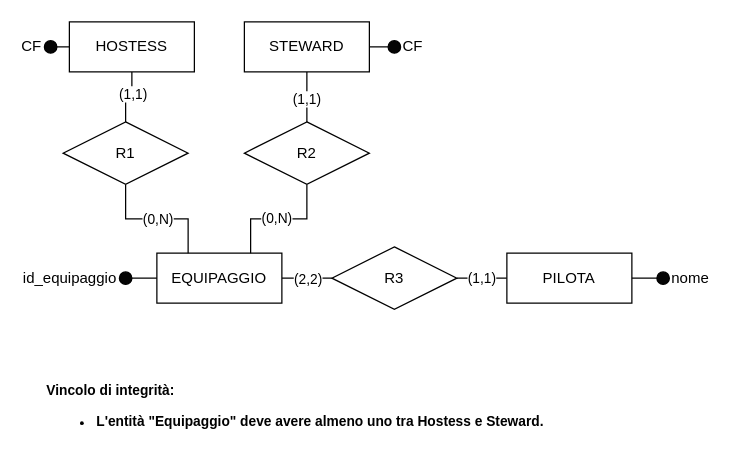
This is page "reiterazione_assistente" (2 of 6) of schemi/SchemaER.drawio from thomasmassarutto/Voli_Aeroporto, a draw.io file, before an edit. Source tidied: cells renumbered, new cells numbered last; positions are measured from the earlier drawing's top-left corner, leaving out a move shared by most shapes. Both pictures are drawn from the tidied source at 125%, with x=0, y=0 at pixel (44, 21).
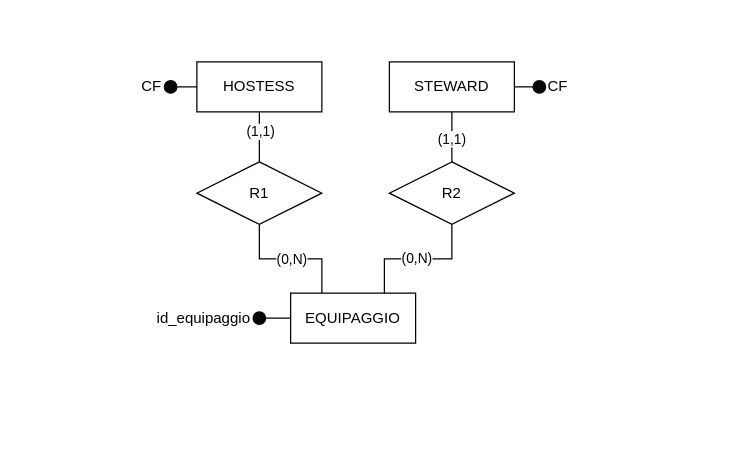
The same page after the edit.

The edit, as a diff of the source:
```diff
@@
     <mxCell id="6" value="STEWARD" style="whiteSpace=wrap;html=1;align=center;" parent="1" vertex="1">
-      <mxGeometry x="160" width="100" height="40" as="geometry" />
+      <mxGeometry x="276" y="32" width="100" height="40" as="geometry" />
     </mxCell>
-    <mxCell id="7" style="edgeStyle=orthogonalEdgeStyle;rounded=0;jettySize=auto;html=1;exitX=1;exitY=0.5;exitDx=0;exitDy=0;entryX=0;entryY=0.5;entryDx=0;entryDy=0;endArrow=none;endFill=0;" parent="1" edge="1" source="9" target="23">
-      <mxGeometry relative="1" as="geometry" />
-    </mxCell>
-    <mxCell id="8" value="(2,2)" style="edgeLabel;html=1;align=center;verticalAlign=middle;fontSize=11;fontFamily=Helvetica;fontColor=default;" parent="7" vertex="1">
-      <mxGeometry x="-0.01" y="-1" relative="1" as="geometry">
-        <mxPoint y="-1" as="offset" />
-      </mxGeometry>
-    </mxCell>
     <mxCell id="9" value="EQUIPAGGIO" style="whiteSpace=wrap;html=1;align=center;" parent="1" vertex="1">
-      <mxGeometry x="90" y="185" width="100" height="40" as="geometry" />
+      <mxGeometry x="197" y="217" width="100" height="40" as="geometry" />
     </mxCell>
@@
     <mxCell id="12" value="R1" style="shape=rhombus;perimeter=rhombusPerimeter;whiteSpace=wrap;html=1;align=center;" parent="1" vertex="1">
-      <mxGeometry x="15" y="80" width="100" height="50" as="geometry" />
+      <mxGeometry x="122" y="112" width="100" height="50" as="geometry" />
     </mxCell>
@@
     <mxCell id="15" value="R2" style="shape=rhombus;perimeter=rhombusPerimeter;whiteSpace=wrap;html=1;align=center;" parent="1" vertex="1">
-      <mxGeometry x="160" y="80" width="100" height="50" as="geometry" />
+      <mxGeometry x="276" y="112" width="100" height="50" as="geometry" />
     </mxCell>
@@
     <mxCell id="17" value="CF" style="ellipse;whiteSpace=wrap;html=1;align=left;fontStyle=0;verticalAlign=middle;horizontal=1;labelPosition=right;verticalLabelPosition=middle;labelBackgroundColor=none;fillStyle=auto;fillColor=#050505;" parent="1" vertex="1">
-      <mxGeometry x="275" y="15" width="10" height="10" as="geometry" />
+      <mxGeometry x="391" y="47" width="10" height="10" as="geometry" />
     </mxCell>
@@
     <mxCell id="19" value="CF" style="ellipse;whiteSpace=wrap;html=1;align=right;fontStyle=0;verticalAlign=middle;horizontal=1;labelPosition=left;verticalLabelPosition=middle;labelBackgroundColor=none;fillStyle=auto;fillColor=#050505;" parent="1" vertex="1">
-      <mxGeometry y="15" width="10" height="10" as="geometry" />
+      <mxGeometry x="96" y="47" width="10" height="10" as="geometry" />
     </mxCell>
-    <mxCell id="20" style="edgeStyle=orthogonalEdgeStyle;rounded=0;jettySize=auto;html=1;entryX=1;entryY=0.5;entryDx=0;entryDy=0;endArrow=none;endFill=0;" parent="1" edge="1" source="22" target="23">
-      <mxGeometry relative="1" as="geometry" />
-    </mxCell>
-    <mxCell id="21" value="(1,1)" style="edgeLabel;html=1;align=center;verticalAlign=middle;fontSize=11;fontFamily=Helvetica;fontColor=default;" parent="20" vertex="1">
-      <mxGeometry x="0.05" y="-1" relative="1" as="geometry" />
-    </mxCell>
-    <mxCell id="22" value="PILOTA" style="whiteSpace=wrap;html=1;align=center;" parent="1" vertex="1">
-      <mxGeometry x="370" y="185" width="100" height="40" as="geometry" />
-    </mxCell>
-    <mxCell id="23" value="R3" style="shape=rhombus;perimeter=rhombusPerimeter;whiteSpace=wrap;html=1;align=center;" parent="1" vertex="1">
-      <mxGeometry x="230" y="180" width="100" height="50" as="geometry" />
-    </mxCell>
-    <mxCell id="24" style="edgeStyle=orthogonalEdgeStyle;rounded=0;jettySize=auto;html=1;exitX=1;exitY=0.5;exitDx=0;exitDy=0;entryX=0;entryY=0.5;entryDx=0;entryDy=0;endArrow=none;endFill=0;" parent="1" edge="1" source="22" target="25">
-      <mxGeometry relative="1" as="geometry" />
-    </mxCell>
-    <mxCell id="25" value="nome" style="ellipse;whiteSpace=wrap;html=1;align=left;fontStyle=0;verticalAlign=middle;horizontal=1;labelPosition=right;verticalLabelPosition=middle;labelBackgroundColor=none;fillStyle=auto;fillColor=#050505;" parent="1" vertex="1">
-      <mxGeometry x="490" y="200" width="10" height="10" as="geometry" />
-    </mxCell>
@@
     <mxCell id="27" value="id_equipaggio" style="ellipse;whiteSpace=wrap;html=1;align=right;fontStyle=0;verticalAlign=middle;horizontal=1;labelPosition=left;verticalLabelPosition=middle;labelBackgroundColor=none;fillStyle=auto;fillColor=#050505;" parent="1" vertex="1">
-      <mxGeometry x="60" y="200" width="10" height="10" as="geometry" />
+      <mxGeometry x="167" y="232" width="10" height="10" as="geometry" />
     </mxCell>
-    <mxCell id="28" value="&lt;div&gt;Vincolo di integrità:&lt;/div&gt;&lt;div&gt;&lt;ul&gt;&lt;li&gt;L'entità &quot;Equipaggio&quot; deve avere almeno uno tra Hostess e Steward.&lt;/li&gt;&lt;/ul&gt;&lt;/div&gt;" style="text;html=1;align=left;verticalAlign=middle;strokeColor=none;fillColor=none;fontSize=11;fontFamily=Helvetica;fontColor=default;fontStyle=1;" parent="1" vertex="1">
-      <mxGeometry y="283" width="420" height="60" as="geometry" />
-    </mxCell>
     <mxCell id="29" value="HOSTESS" style="whiteSpace=wrap;html=1;align=center;" parent="1" vertex="1">
-      <mxGeometry x="20" width="100" height="40" as="geometry" />
+      <mxGeometry x="122" y="32" width="100" height="40" as="geometry" />
     </mxCell>
```
